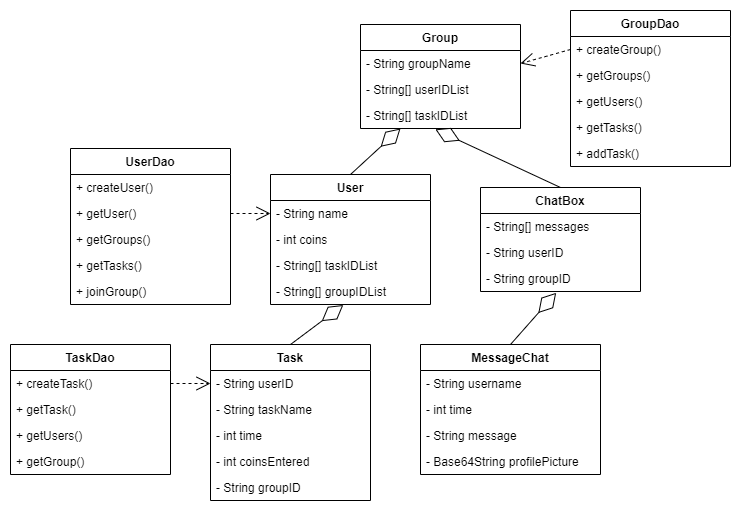
tshi13/Do-It keeps this draw.io diagram as doc/design/it3_class_diagram1.png. Above is the earlier version. Source tidied: cells renumbered, new cells last; positions are measured from the earlier drawing's top-left corner, leaving out a move shared by most shapes. Its diagram source:
```xml
<mxGraphModel>
  <root>
    <mxCell id="0" />
    <mxCell id="1" parent="0" />
    <mxCell id="2" value="User" style="swimlane;fontStyle=1;align=center;verticalAlign=top;horizontal=1;startSize=26;" parent="1" vertex="1">
      <mxGeometry x="260" y="164" width="160" height="130" as="geometry" />
    </mxCell>
    <mxCell id="3" value="- String name" style="text;strokeColor=none;fillColor=none;align=left;verticalAlign=top;spacingLeft=4;spacingRight=4;overflow=hidden;points=[[0,0.5],[1,0.5]];portConstraint=eastwest;" parent="2" vertex="1">
      <mxGeometry y="26" width="160" height="26" as="geometry" />
    </mxCell>
    <mxCell id="4" value="- int coins" style="text;strokeColor=none;fillColor=none;align=left;verticalAlign=top;spacingLeft=4;spacingRight=4;overflow=hidden;" parent="2" vertex="1">
      <mxGeometry y="52" width="160" height="26" as="geometry" />
    </mxCell>
    <mxCell id="5" value="- String[] taskIDList" style="text;strokeColor=none;fillColor=none;align=left;verticalAlign=top;spacingLeft=4;spacingRight=4;overflow=hidden;" parent="2" vertex="1">
      <mxGeometry y="78" width="160" height="26" as="geometry" />
    </mxCell>
    <mxCell id="6" value="- String[] groupIDList" style="text;strokeColor=none;fillColor=none;align=left;verticalAlign=top;spacingLeft=4;spacingRight=4;overflow=hidden;points=[[0,0.5],[1,0.5]];portConstraint=eastwest;" parent="2" vertex="1">
      <mxGeometry y="104" width="160" height="26" as="geometry" />
    </mxCell>
    <mxCell id="7" value="Task" style="swimlane;fontStyle=1;align=center;verticalAlign=top;horizontal=1;startSize=26;" parent="1" vertex="1">
      <mxGeometry x="200" y="334" width="160" height="156" as="geometry" />
    </mxCell>
    <mxCell id="8" value="- String userID" style="text;strokeColor=none;fillColor=none;align=left;verticalAlign=top;spacingLeft=4;spacingRight=4;overflow=hidden;points=[[0,0.5],[1,0.5]];portConstraint=eastwest;" parent="7" vertex="1">
      <mxGeometry y="26" width="160" height="26" as="geometry" />
    </mxCell>
    <mxCell id="9" value="- String taskName" style="text;strokeColor=none;fillColor=none;align=left;verticalAlign=top;spacingLeft=4;spacingRight=4;overflow=hidden;" parent="7" vertex="1">
      <mxGeometry y="52" width="160" height="26" as="geometry" />
    </mxCell>
    <mxCell id="10" value="- int time" style="text;strokeColor=none;fillColor=none;align=left;verticalAlign=top;spacingLeft=4;spacingRight=4;overflow=hidden;" parent="7" vertex="1">
      <mxGeometry y="78" width="160" height="26" as="geometry" />
    </mxCell>
    <mxCell id="11" value="- int coinsEntered" style="text;strokeColor=none;fillColor=none;align=left;verticalAlign=top;spacingLeft=4;spacingRight=4;overflow=hidden;" parent="7" vertex="1">
      <mxGeometry y="104" width="160" height="26" as="geometry" />
    </mxCell>
    <mxCell id="12" value="- String groupID" style="text;strokeColor=none;fillColor=none;align=left;verticalAlign=top;spacingLeft=4;spacingRight=4;overflow=hidden;" parent="7" vertex="1">
      <mxGeometry y="130" width="160" height="26" as="geometry" />
    </mxCell>
    <mxCell id="13" value="Group" style="swimlane;fontStyle=1;align=center;verticalAlign=top;horizontal=1;startSize=26;" parent="1" vertex="1">
      <mxGeometry x="350" y="14" width="160" height="104" as="geometry" />
    </mxCell>
    <mxCell id="14" value="- String groupName" style="text;strokeColor=none;fillColor=none;align=left;verticalAlign=top;spacingLeft=4;spacingRight=4;overflow=hidden;points=[[0,0.5],[1,0.5]];portConstraint=eastwest;" parent="13" vertex="1">
      <mxGeometry y="26" width="160" height="26" as="geometry" />
    </mxCell>
    <mxCell id="15" value="- String[] userIDList" style="text;strokeColor=none;fillColor=none;align=left;verticalAlign=top;spacingLeft=4;spacingRight=4;overflow=hidden;" parent="13" vertex="1">
      <mxGeometry y="52" width="160" height="26" as="geometry" />
    </mxCell>
    <mxCell id="16" value="- String[] taskIDList" style="text;strokeColor=none;fillColor=none;align=left;verticalAlign=top;spacingLeft=4;spacingRight=4;overflow=hidden;points=[[0,0.5],[1,0.5]];portConstraint=eastwest;" parent="13" vertex="1">
      <mxGeometry y="78" width="160" height="26" as="geometry" />
    </mxCell>
    <mxCell id="17" style="endArrow=diamondThin;endFill=0;endSize=24;html=1;rounded=0;entryX=0.455;entryY=1.019;entryDx=0;entryDy=0;exitX=0.5;exitY=0;exitDx=0;exitDy=0;entryPerimeter=0;" parent="1" edge="1" source="7" target="6">
      <mxGeometry relative="1" as="geometry" />
    </mxCell>
    <mxCell id="18" style="endArrow=diamondThin;endFill=0;endSize=24;html=1;rounded=0;exitX=0.5;exitY=0;exitDx=0;exitDy=0;entryX=0.25;entryY=1;entryDx=0;entryDy=0;" parent="1" edge="1" source="2" target="13">
      <mxGeometry relative="1" as="geometry" />
    </mxCell>
    <mxCell id="19" value="UserDao" style="swimlane;fontStyle=1;align=center;verticalAlign=top;horizontal=1;startSize=26;" parent="1" vertex="1">
      <mxGeometry x="60" y="138" width="160" height="156" as="geometry" />
    </mxCell>
    <mxCell id="20" value="+ createUser()" style="text;strokeColor=none;fillColor=none;align=left;verticalAlign=top;spacingLeft=4;spacingRight=4;overflow=hidden;" parent="19" vertex="1">
      <mxGeometry y="26" width="160" height="26" as="geometry" />
    </mxCell>
    <mxCell id="21" value="+ getUser()" style="text;strokeColor=none;fillColor=none;align=left;verticalAlign=top;spacingLeft=4;spacingRight=4;overflow=hidden;points=[[0,0.5],[1,0.5]];portConstraint=eastwest;" parent="19" vertex="1">
      <mxGeometry y="52" width="160" height="26" as="geometry" />
    </mxCell>
    <mxCell id="22" value="+ getGroups()" style="text;strokeColor=none;fillColor=none;align=left;verticalAlign=top;spacingLeft=4;spacingRight=4;overflow=hidden;" parent="19" vertex="1">
      <mxGeometry y="78" width="160" height="26" as="geometry" />
    </mxCell>
    <mxCell id="23" value="+ getTasks()" style="text;strokeColor=none;fillColor=none;align=left;verticalAlign=top;spacingLeft=4;spacingRight=4;overflow=hidden;" parent="19" vertex="1">
      <mxGeometry y="104" width="160" height="26" as="geometry" />
    </mxCell>
    <mxCell id="24" value="+ joinGroup()" style="text;strokeColor=none;fillColor=none;align=left;verticalAlign=top;spacingLeft=4;spacingRight=4;overflow=hidden;" parent="19" vertex="1">
      <mxGeometry y="130" width="160" height="26" as="geometry" />
    </mxCell>
    <mxCell id="25" value="GroupDao" style="swimlane;fontStyle=1;align=center;verticalAlign=top;horizontal=1;startSize=26;" parent="1" vertex="1">
      <mxGeometry x="560" width="160" height="156" as="geometry" />
    </mxCell>
    <mxCell id="26" value="+ createGroup()" style="text;strokeColor=none;fillColor=none;align=left;verticalAlign=top;spacingLeft=4;spacingRight=4;overflow=hidden;points=[[0,0.5],[1,0.5]];portConstraint=eastwest;" parent="25" vertex="1">
      <mxGeometry y="26" width="160" height="26" as="geometry" />
    </mxCell>
    <mxCell id="27" value="+ getGroups()" style="text;strokeColor=none;fillColor=none;align=left;verticalAlign=top;spacingLeft=4;spacingRight=4;overflow=hidden;" parent="25" vertex="1">
      <mxGeometry y="52" width="160" height="26" as="geometry" />
    </mxCell>
    <mxCell id="28" value="+ getUsers()" style="text;strokeColor=none;fillColor=none;align=left;verticalAlign=top;spacingLeft=4;spacingRight=4;overflow=hidden;" parent="25" vertex="1">
      <mxGeometry y="78" width="160" height="26" as="geometry" />
    </mxCell>
    <mxCell id="29" value="+ getTasks()" style="text;strokeColor=none;fillColor=none;align=left;verticalAlign=top;spacingLeft=4;spacingRight=4;overflow=hidden;" parent="25" vertex="1">
      <mxGeometry y="104" width="160" height="26" as="geometry" />
    </mxCell>
    <mxCell id="30" value="+ addTask()" style="text;strokeColor=none;fillColor=none;align=left;verticalAlign=top;spacingLeft=4;spacingRight=4;overflow=hidden;" parent="25" vertex="1">
      <mxGeometry y="130" width="160" height="26" as="geometry" />
    </mxCell>
    <mxCell id="31" style="endArrow=open;endFill=1;endSize=12;html=1;rounded=0;dashed=1;exitX=1;exitY=0.5;exitDx=0;exitDy=0;entryX=0;entryY=0.5;entryDx=0;entryDy=0;" parent="1" edge="1" source="21" target="3">
      <mxGeometry relative="1" as="geometry" />
    </mxCell>
    <mxCell id="32" style="endArrow=open;endFill=1;endSize=12;html=1;rounded=0;dashed=1;exitX=0;exitY=0.5;exitDx=0;exitDy=0;entryX=1;entryY=0.5;entryDx=0;entryDy=0;" parent="1" edge="1" source="26" target="14">
      <mxGeometry relative="1" as="geometry" />
    </mxCell>
    <mxCell id="33" value="TaskDao" style="swimlane;fontStyle=1;align=center;verticalAlign=top;horizontal=1;startSize=26;" parent="1" vertex="1">
      <mxGeometry y="334" width="160" height="130" as="geometry" />
    </mxCell>
    <mxCell id="34" value="+ createTask()" style="text;strokeColor=none;fillColor=none;align=left;verticalAlign=top;spacingLeft=4;spacingRight=4;overflow=hidden;points=[[0,0.5],[1,0.5]];portConstraint=eastwest;" parent="33" vertex="1">
      <mxGeometry y="26" width="160" height="26" as="geometry" />
    </mxCell>
    <mxCell id="35" value="+ getTask()" style="text;strokeColor=none;fillColor=none;align=left;verticalAlign=top;spacingLeft=4;spacingRight=4;overflow=hidden;" parent="33" vertex="1">
      <mxGeometry y="52" width="160" height="26" as="geometry" />
    </mxCell>
    <mxCell id="36" value="+ getUsers()" style="text;strokeColor=none;fillColor=none;align=left;verticalAlign=top;spacingLeft=4;spacingRight=4;overflow=hidden;" parent="33" vertex="1">
      <mxGeometry y="78" width="160" height="26" as="geometry" />
    </mxCell>
    <mxCell id="37" value="+ getGroup()" style="text;strokeColor=none;fillColor=none;align=left;verticalAlign=top;spacingLeft=4;spacingRight=4;overflow=hidden;" parent="33" vertex="1">
      <mxGeometry y="104" width="160" height="26" as="geometry" />
    </mxCell>
    <mxCell id="38" style="endArrow=open;endFill=1;endSize=12;html=1;rounded=0;dashed=1;entryX=0;entryY=0.5;entryDx=0;entryDy=0;exitX=1;exitY=0.5;exitDx=0;exitDy=0;" parent="1" edge="1" source="34" target="8">
      <mxGeometry relative="1" as="geometry" />
    </mxCell>
    <mxCell id="39" value="MessageChat" style="swimlane;fontStyle=1;align=center;verticalAlign=top;horizontal=1;startSize=26;" parent="1" vertex="1">
      <mxGeometry x="410" y="334" width="180" height="130" as="geometry" />
    </mxCell>
    <mxCell id="40" value="- String username" style="text;strokeColor=none;fillColor=none;align=left;verticalAlign=top;spacingLeft=4;spacingRight=4;overflow=hidden;" parent="39" vertex="1">
      <mxGeometry y="26" width="180" height="26" as="geometry" />
    </mxCell>
    <mxCell id="41" value="- int time" style="text;strokeColor=none;fillColor=none;align=left;verticalAlign=top;spacingLeft=4;spacingRight=4;overflow=hidden;" parent="39" vertex="1">
      <mxGeometry y="52" width="180" height="26" as="geometry" />
    </mxCell>
    <mxCell id="42" value="- String message" style="text;strokeColor=none;fillColor=none;align=left;verticalAlign=top;spacingLeft=4;spacingRight=4;overflow=hidden;" parent="39" vertex="1">
      <mxGeometry y="78" width="180" height="26" as="geometry" />
    </mxCell>
    <mxCell id="43" value="- Base64String profilePicture" style="text;strokeColor=none;fillColor=none;align=left;verticalAlign=top;spacingLeft=4;spacingRight=4;overflow=hidden;" parent="39" vertex="1">
      <mxGeometry y="104" width="180" height="26" as="geometry" />
    </mxCell>
    <mxCell id="44" style="endArrow=diamondThin;endFill=0;endSize=24;html=1;rounded=0;entryX=0.473;entryY=1.05;entryDx=0;entryDy=0;exitX=0.5;exitY=0;exitDx=0;exitDy=0;entryPerimeter=0;" parent="1" edge="1" source="39" target="48">
      <mxGeometry relative="1" as="geometry" />
    </mxCell>
    <mxCell id="45" value="ChatBox" style="swimlane;fontStyle=1;align=center;verticalAlign=top;horizontal=1;startSize=26;" parent="1" vertex="1">
      <mxGeometry x="470" y="177" width="160" height="104" as="geometry" />
    </mxCell>
    <mxCell id="46" value="- String[] messages" style="text;strokeColor=none;fillColor=none;align=left;verticalAlign=top;spacingLeft=4;spacingRight=4;overflow=hidden;" parent="45" vertex="1">
      <mxGeometry y="26" width="160" height="26" as="geometry" />
    </mxCell>
    <mxCell id="47" value="- String userID" style="text;strokeColor=none;fillColor=none;align=left;verticalAlign=top;spacingLeft=4;spacingRight=4;overflow=hidden;" parent="45" vertex="1">
      <mxGeometry y="52" width="160" height="26" as="geometry" />
    </mxCell>
    <mxCell id="48" value="- String groupID" style="text;strokeColor=none;fillColor=none;align=left;verticalAlign=top;spacingLeft=4;spacingRight=4;overflow=hidden;points=[[0,0.5],[1,0.5]];portConstraint=eastwest;" parent="45" vertex="1">
      <mxGeometry y="78" width="160" height="26" as="geometry" />
    </mxCell>
    <mxCell id="49" style="endArrow=diamondThin;endFill=0;endSize=24;html=1;rounded=0;entryX=0.468;entryY=1.033;entryDx=0;entryDy=0;exitX=0.5;exitY=0;exitDx=0;exitDy=0;entryPerimeter=0;" parent="1" edge="1" source="45" target="16">
      <mxGeometry relative="1" as="geometry" />
    </mxCell>
  </root>
</mxGraphModel>
```
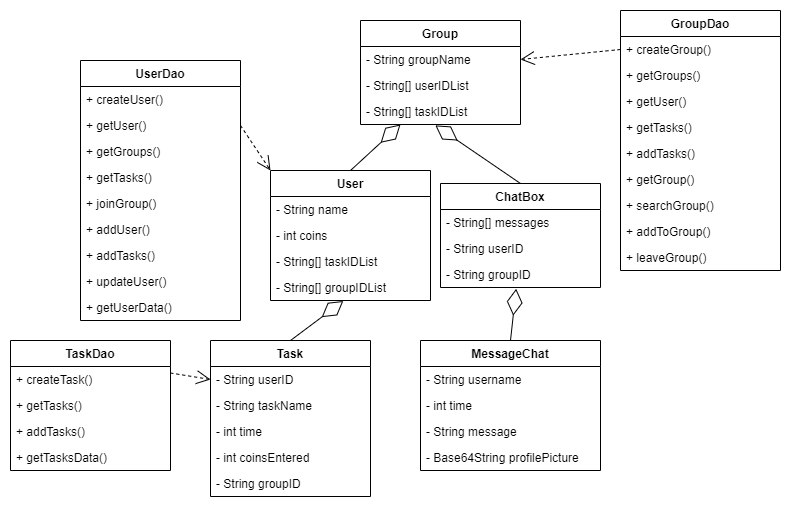
The same diagram one commit later.

Diff of the diagram source:
```diff
@@ -54,7 +54,7 @@
       <mxGeometry relative="1" as="geometry" />
     </mxCell>
     <mxCell id="19" value="UserDao" style="swimlane;fontStyle=1;align=center;verticalAlign=top;horizontal=1;startSize=26;" parent="1" vertex="1">
-      <mxGeometry x="60" y="138" width="160" height="156" as="geometry" />
+      <mxGeometry x="70" y="54" width="160" height="260" as="geometry" />
     </mxCell>
     <mxCell id="20" value="+ createUser()" style="text;strokeColor=none;fillColor=none;align=left;verticalAlign=top;spacingLeft=4;spacingRight=4;overflow=hidden;" parent="19" vertex="1">
       <mxGeometry y="26" width="160" height="26" as="geometry" />
@@ -71,8 +71,20 @@
     <mxCell id="24" value="+ joinGroup()" style="text;strokeColor=none;fillColor=none;align=left;verticalAlign=top;spacingLeft=4;spacingRight=4;overflow=hidden;" parent="19" vertex="1">
       <mxGeometry y="130" width="160" height="26" as="geometry" />
     </mxCell>
+    <mxCell id="50" value="+ addUser()" style="text;strokeColor=none;fillColor=none;align=left;verticalAlign=top;spacingLeft=4;spacingRight=4;overflow=hidden;" parent="19" vertex="1">
+      <mxGeometry y="156" width="160" height="26" as="geometry" />
+    </mxCell>
+    <mxCell id="51" value="+ addTasks()" style="text;strokeColor=none;fillColor=none;align=left;verticalAlign=top;spacingLeft=4;spacingRight=4;overflow=hidden;" parent="19" vertex="1">
+      <mxGeometry y="182" width="160" height="26" as="geometry" />
+    </mxCell>
+    <mxCell id="52" value="+ updateUser()" style="text;strokeColor=none;fillColor=none;align=left;verticalAlign=top;spacingLeft=4;spacingRight=4;overflow=hidden;" parent="19" vertex="1">
+      <mxGeometry y="208" width="160" height="26" as="geometry" />
+    </mxCell>
+    <mxCell id="53" value="+ getUserData()" style="text;strokeColor=none;fillColor=none;align=left;verticalAlign=top;spacingLeft=4;spacingRight=4;overflow=hidden;" parent="19" vertex="1">
+      <mxGeometry y="234" width="160" height="26" as="geometry" />
+    </mxCell>
     <mxCell id="25" value="GroupDao" style="swimlane;fontStyle=1;align=center;verticalAlign=top;horizontal=1;startSize=26;" parent="1" vertex="1">
-      <mxGeometry x="560" width="160" height="156" as="geometry" />
+      <mxGeometry x="610" y="4" width="160" height="260" as="geometry" />
     </mxCell>
     <mxCell id="26" value="+ createGroup()" style="text;strokeColor=none;fillColor=none;align=left;verticalAlign=top;spacingLeft=4;spacingRight=4;overflow=hidden;points=[[0,0.5],[1,0.5]];portConstraint=eastwest;" parent="25" vertex="1">
       <mxGeometry y="26" width="160" height="26" as="geometry" />
@@ -80,16 +92,28 @@
     <mxCell id="27" value="+ getGroups()" style="text;strokeColor=none;fillColor=none;align=left;verticalAlign=top;spacingLeft=4;spacingRight=4;overflow=hidden;" parent="25" vertex="1">
       <mxGeometry y="52" width="160" height="26" as="geometry" />
     </mxCell>
-    <mxCell id="28" value="+ getUsers()" style="text;strokeColor=none;fillColor=none;align=left;verticalAlign=top;spacingLeft=4;spacingRight=4;overflow=hidden;" parent="25" vertex="1">
+    <mxCell id="28" value="+ getUser()" style="text;strokeColor=none;fillColor=none;align=left;verticalAlign=top;spacingLeft=4;spacingRight=4;overflow=hidden;" parent="25" vertex="1">
       <mxGeometry y="78" width="160" height="26" as="geometry" />
     </mxCell>
     <mxCell id="29" value="+ getTasks()" style="text;strokeColor=none;fillColor=none;align=left;verticalAlign=top;spacingLeft=4;spacingRight=4;overflow=hidden;" parent="25" vertex="1">
       <mxGeometry y="104" width="160" height="26" as="geometry" />
     </mxCell>
-    <mxCell id="30" value="+ addTask()" style="text;strokeColor=none;fillColor=none;align=left;verticalAlign=top;spacingLeft=4;spacingRight=4;overflow=hidden;" parent="25" vertex="1">
+    <mxCell id="30" value="+ addTasks()" style="text;strokeColor=none;fillColor=none;align=left;verticalAlign=top;spacingLeft=4;spacingRight=4;overflow=hidden;" parent="25" vertex="1">
       <mxGeometry y="130" width="160" height="26" as="geometry" />
     </mxCell>
+    <mxCell id="54" value="+ getGroup()" style="text;strokeColor=none;fillColor=none;align=left;verticalAlign=top;spacingLeft=4;spacingRight=4;overflow=hidden;" parent="25" vertex="1">
+      <mxGeometry y="156" width="160" height="26" as="geometry" />
+    </mxCell>
+    <mxCell id="55" value="+ searchGroup()" style="text;strokeColor=none;fillColor=none;align=left;verticalAlign=top;spacingLeft=4;spacingRight=4;overflow=hidden;" parent="25" vertex="1">
+      <mxGeometry y="182" width="160" height="26" as="geometry" />
+    </mxCell>
+    <mxCell id="56" value="+ addToGroup()" style="text;strokeColor=none;fillColor=none;align=left;verticalAlign=top;spacingLeft=4;spacingRight=4;overflow=hidden;" parent="25" vertex="1">
+      <mxGeometry y="208" width="160" height="26" as="geometry" />
+    </mxCell>
+    <mxCell id="57" value="+ leaveGroup()" style="text;strokeColor=none;fillColor=none;align=left;verticalAlign=top;spacingLeft=4;spacingRight=4;overflow=hidden;" parent="25" vertex="1">
+      <mxGeometry y="234" width="160" height="26" as="geometry" />
+    </mxCell>
-    <mxCell id="31" style="endArrow=open;endFill=1;endSize=12;html=1;rounded=0;dashed=1;exitX=1;exitY=0.5;exitDx=0;exitDy=0;entryX=0;entryY=0.5;entryDx=0;entryDy=0;" parent="1" edge="1" source="21" target="3">
+    <mxCell id="31" style="endArrow=open;endFill=1;endSize=12;html=1;rounded=0;dashed=1;exitX=1;exitY=0.5;exitDx=0;exitDy=0;entryX=0;entryY=0;entryDx=0;entryDy=0;" parent="1" edge="1" source="21" target="2">
       <mxGeometry relative="1" as="geometry" />
     </mxCell>
     <mxCell id="32" style="endArrow=open;endFill=1;endSize=12;html=1;rounded=0;dashed=1;exitX=0;exitY=0.5;exitDx=0;exitDy=0;entryX=1;entryY=0.5;entryDx=0;entryDy=0;" parent="1" edge="1" source="26" target="14">
@@ -101,16 +125,16 @@
     <mxCell id="34" value="+ createTask()" style="text;strokeColor=none;fillColor=none;align=left;verticalAlign=top;spacingLeft=4;spacingRight=4;overflow=hidden;points=[[0,0.5],[1,0.5]];portConstraint=eastwest;" parent="33" vertex="1">
       <mxGeometry y="26" width="160" height="26" as="geometry" />
     </mxCell>
-    <mxCell id="35" value="+ getTask()" style="text;strokeColor=none;fillColor=none;align=left;verticalAlign=top;spacingLeft=4;spacingRight=4;overflow=hidden;" parent="33" vertex="1">
+    <mxCell id="35" value="+ getTasks()" style="text;strokeColor=none;fillColor=none;align=left;verticalAlign=top;spacingLeft=4;spacingRight=4;overflow=hidden;" parent="33" vertex="1">
       <mxGeometry y="52" width="160" height="26" as="geometry" />
     </mxCell>
-    <mxCell id="36" value="+ getUsers()" style="text;strokeColor=none;fillColor=none;align=left;verticalAlign=top;spacingLeft=4;spacingRight=4;overflow=hidden;" parent="33" vertex="1">
+    <mxCell id="36" value="+ addTasks()" style="text;strokeColor=none;fillColor=none;align=left;verticalAlign=top;spacingLeft=4;spacingRight=4;overflow=hidden;" parent="33" vertex="1">
       <mxGeometry y="78" width="160" height="26" as="geometry" />
     </mxCell>
-    <mxCell id="37" value="+ getGroup()" style="text;strokeColor=none;fillColor=none;align=left;verticalAlign=top;spacingLeft=4;spacingRight=4;overflow=hidden;" parent="33" vertex="1">
+    <mxCell id="37" value="+ getTasksData()" style="text;strokeColor=none;fillColor=none;align=left;verticalAlign=top;spacingLeft=4;spacingRight=4;overflow=hidden;" parent="33" vertex="1">
       <mxGeometry y="104" width="160" height="26" as="geometry" />
     </mxCell>
-    <mxCell id="38" style="endArrow=open;endFill=1;endSize=12;html=1;rounded=0;dashed=1;entryX=0;entryY=0.5;entryDx=0;entryDy=0;exitX=1;exitY=0.5;exitDx=0;exitDy=0;" parent="1" edge="1" source="34" target="8">
+    <mxCell id="38" style="endArrow=open;endFill=1;endSize=12;html=1;rounded=0;dashed=1;entryX=0;entryY=0.5;entryDx=0;entryDy=0;exitX=1;exitY=0.25;exitDx=0;exitDy=0;" parent="1" edge="1" source="33" target="8">
       <mxGeometry relative="1" as="geometry" />
     </mxCell>
     <mxCell id="39" value="MessageChat" style="swimlane;fontStyle=1;align=center;verticalAlign=top;horizontal=1;startSize=26;" parent="1" vertex="1">
@@ -132,7 +156,7 @@
       <mxGeometry relative="1" as="geometry" />
     </mxCell>
     <mxCell id="45" value="ChatBox" style="swimlane;fontStyle=1;align=center;verticalAlign=top;horizontal=1;startSize=26;" parent="1" vertex="1">
-      <mxGeometry x="470" y="177" width="160" height="104" as="geometry" />
+      <mxGeometry x="430" y="177" width="160" height="104" as="geometry" />
     </mxCell>
     <mxCell id="46" value="- String[] messages" style="text;strokeColor=none;fillColor=none;align=left;verticalAlign=top;spacingLeft=4;spacingRight=4;overflow=hidden;" parent="45" vertex="1">
       <mxGeometry y="26" width="160" height="26" as="geometry" />
```
